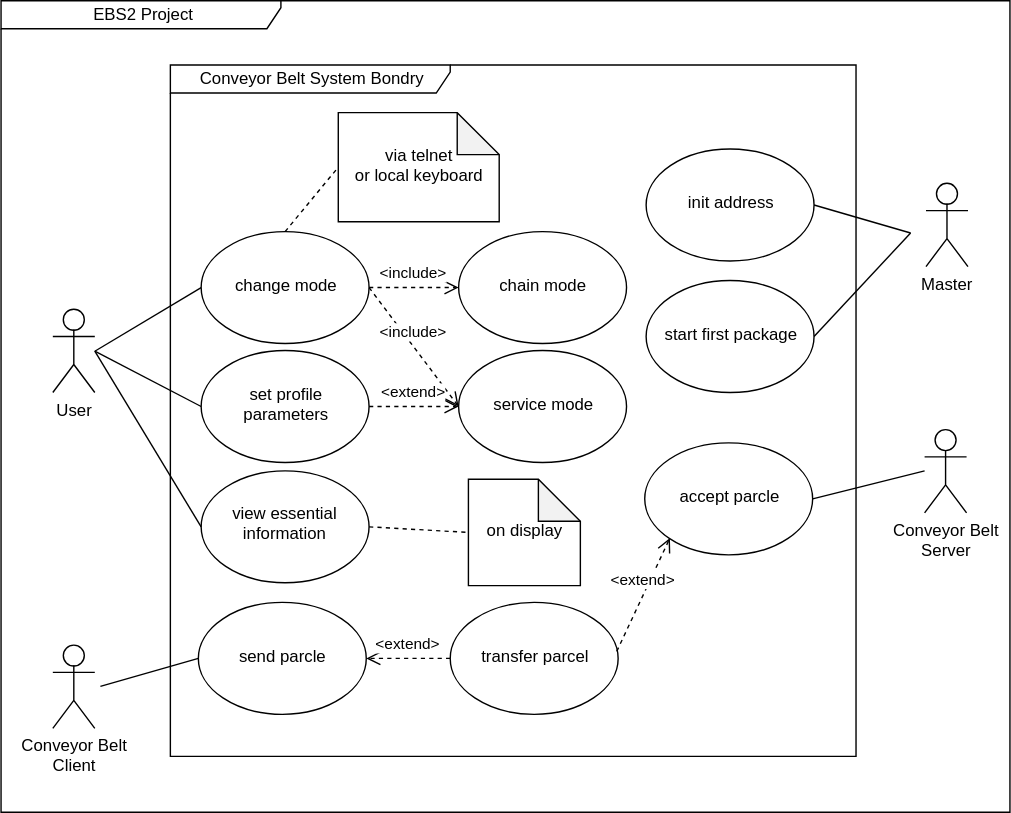
Earlier version of the draw.io export Documentation/UML Diagrams/useCaseDiagram/UseCaseDiagram.svg (nicolai-schwartze/EBS2_Conveyer_Belt). Source tidied: cells renumbered, new cells last; positions are measured from the earlier drawing's top-left corner, leaving out a move shared by most shapes.
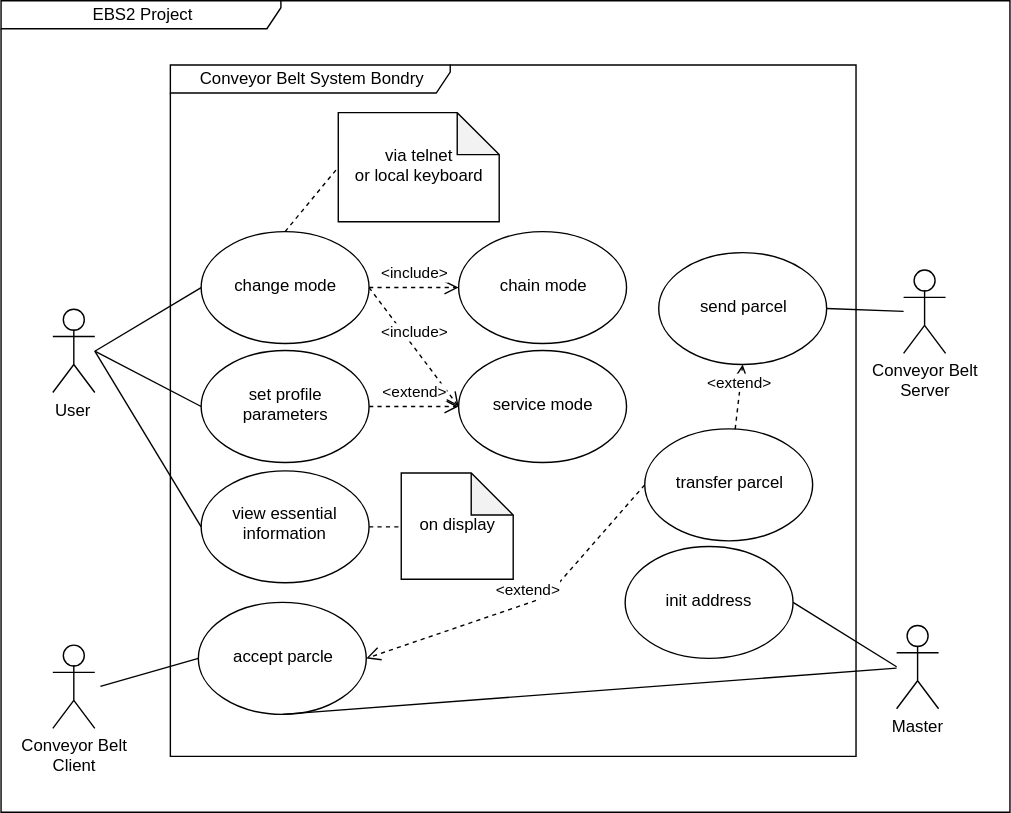
The same diagram one commit later.

Diff of the diagram source:
```diff
@@ -12,7 +12,7 @@
       <mxGeometry x="37" y="220" width="30" height="60" as="geometry" />
     </mxCell>
     <mxCell id="5" value="Master" style="shape=umlActor;verticalLabelPosition=bottom;labelBackgroundColor=#ffffff;verticalAlign=top;html=1;" parent="1" vertex="1">
-      <mxGeometry x="661" y="130" width="30" height="60" as="geometry" />
+      <mxGeometry x="640" y="446" width="30" height="60" as="geometry" />
     </mxCell>
     <mxCell id="6" value="Conveyor Belt &lt;br&gt;Client" style="shape=umlActor;verticalLabelPosition=bottom;labelBackgroundColor=#ffffff;verticalAlign=top;html=1;" parent="1" vertex="1">
       <mxGeometry x="37" y="460" width="30" height="60" as="geometry" />
@@ -21,11 +21,11 @@
       <mxGeometry x="143" y="164.5" width="120" height="80" as="geometry" />
     </mxCell>
     <mxCell id="8" value="init address" style="ellipse;whiteSpace=wrap;html=1;" parent="1" vertex="1">
-      <mxGeometry x="461" y="105.5" width="120" height="80" as="geometry" />
+      <mxGeometry x="445.5" y="390" width="120" height="80" as="geometry" />
     </mxCell>
     <mxCell id="9" style="endArrow=none;html=1;entryX=1;entryY=0.5;entryDx=0;entryDy=0;" parent="1" edge="1" target="8">
       <mxGeometry relative="1" as="geometry">
-        <mxPoint x="650" y="166" as="sourcePoint" />
+        <mxPoint x="640" y="476" as="sourcePoint" />
       </mxGeometry>
     </mxCell>
     <mxCell id="10" value="set profile &lt;br&gt;parameters" style="ellipse;whiteSpace=wrap;html=1;" parent="1" vertex="1">
@@ -49,7 +49,7 @@
         <mxPoint x="67" y="250.5" as="sourcePoint" />
       </mxGeometry>
     </mxCell>
-    <mxCell id="15" value="send parcle" style="ellipse;whiteSpace=wrap;html=1;" parent="1" vertex="1">
+    <mxCell id="15" value="accept parcle" style="ellipse;whiteSpace=wrap;html=1;" parent="1" vertex="1">
       <mxGeometry x="141" y="430" width="120" height="80" as="geometry" />
     </mxCell>
     <mxCell id="16" style="endArrow=none;html=1;entryX=0;entryY=0.5;entryDx=0;entryDy=0;" parent="1" edge="1" target="15">
@@ -58,10 +58,14 @@
       </mxGeometry>
     </mxCell>
     <mxCell id="17" value="transfer parcel" style="ellipse;whiteSpace=wrap;html=1;" parent="1" vertex="1">
-      <mxGeometry x="321" y="430" width="120" height="80" as="geometry" />
+      <mxGeometry x="460" y="306" width="120" height="80" as="geometry" />
     </mxCell>
     <mxCell id="18" value="&amp;lt;extend&amp;gt;" style="html=1;verticalAlign=bottom;endArrow=open;dashed=1;endSize=8;entryX=1;entryY=0.5;entryDx=0;entryDy=0;exitX=0;exitY=0.5;exitDx=0;exitDy=0;" parent="1" edge="1" source="17" target="15">
-      <mxGeometry relative="1" as="geometry" />
+      <mxGeometry relative="1" as="geometry">
+        <Array as="points">
+          <mxPoint x="390" y="426" />
+        </Array>
+      </mxGeometry>
     </mxCell>
     <mxCell id="19" value="chain mode" style="ellipse;whiteSpace=wrap;html=1;" parent="1" vertex="1">
       <mxGeometry x="327" y="164.5" width="120" height="80" as="geometry" />
@@ -85,32 +89,29 @@
       <mxGeometry relative="1" as="geometry" />
     </mxCell>
     <mxCell id="26" value="on display" style="shape=note;whiteSpace=wrap;html=1;backgroundOutline=1;darkOpacity=0.05;" parent="1" vertex="1">
-      <mxGeometry x="334" y="342" width="80" height="76" as="geometry" />
+      <mxGeometry x="286" y="337.5" width="80" height="76" as="geometry" />
     </mxCell>
     <mxCell id="27" style="endArrow=none;dashed=1;html=1;entryX=0;entryY=0.5;entryDx=0;entryDy=0;entryPerimeter=0;exitX=1;exitY=0.5;exitDx=0;exitDy=0;" parent="1" edge="1" source="11" target="26">
       <mxGeometry relative="1" as="geometry" />
     </mxCell>
-    <mxCell id="28" value="start first package" style="ellipse;whiteSpace=wrap;html=1;" parent="1" vertex="1">
-      <mxGeometry x="461" y="200" width="120" height="80" as="geometry" />
-    </mxCell>
-    <mxCell id="29" style="endArrow=none;html=1;exitX=1;exitY=0.5;exitDx=0;exitDy=0;" parent="1" edge="1" source="28">
-      <mxGeometry relative="1" as="geometry">
-        <mxPoint x="650" y="166" as="targetPoint" />
-      </mxGeometry>
-    </mxCell>
     <mxCell id="30" value="Conveyor Belt &lt;br&gt;Server" style="shape=umlActor;verticalLabelPosition=bottom;labelBackgroundColor=#ffffff;verticalAlign=top;html=1;" parent="1" vertex="1">
-      <mxGeometry x="660" y="306" width="30" height="60" as="geometry" />
+      <mxGeometry x="645" y="192" width="30" height="60" as="geometry" />
     </mxCell>
-    <mxCell id="31" value="accept parcle" style="ellipse;whiteSpace=wrap;html=1;" parent="1" vertex="1">
-      <mxGeometry x="460" y="316" width="120" height="80" as="geometry" />
+    <mxCell id="31" value="send parcel" style="ellipse;whiteSpace=wrap;html=1;" parent="1" vertex="1">
+      <mxGeometry x="470" y="180" width="120" height="80" as="geometry" />
     </mxCell>
     <mxCell id="32" style="endArrow=none;html=1;exitX=1;exitY=0.5;exitDx=0;exitDy=0;" parent="1" edge="1" source="31">
       <mxGeometry relative="1" as="geometry">
-        <mxPoint x="660" y="336" as="targetPoint" />
+        <mxPoint x="645" y="222" as="targetPoint" />
       </mxGeometry>
     </mxCell>
-    <mxCell id="33" value="&amp;lt;extend&amp;gt;" style="html=1;verticalAlign=bottom;endArrow=open;dashed=1;endSize=8;entryX=0;entryY=1;entryDx=0;entryDy=0;exitX=0.994;exitY=0.443;exitDx=0;exitDy=0;exitPerimeter=0;" parent="1" edge="1" source="17" target="31">
+    <mxCell id="33" value="&amp;lt;extend&amp;gt;" style="html=1;verticalAlign=bottom;endArrow=open;dashed=1;endSize=8;entryX=0.5;entryY=1;entryDx=0;entryDy=0;" parent="1" edge="1" source="17" target="31">
       <mxGeometry relative="1" as="geometry" />
     </mxCell>
+    <mxCell id="34" style="endArrow=none;html=1;entryX=0.5;entryY=1;entryDx=0;entryDy=0;" parent="1" edge="1" target="15">
+      <mxGeometry relative="1" as="geometry">
+        <mxPoint x="640" y="477" as="sourcePoint" />
+      </mxGeometry>
+    </mxCell>
   </root>
 </mxGraphModel>
```
